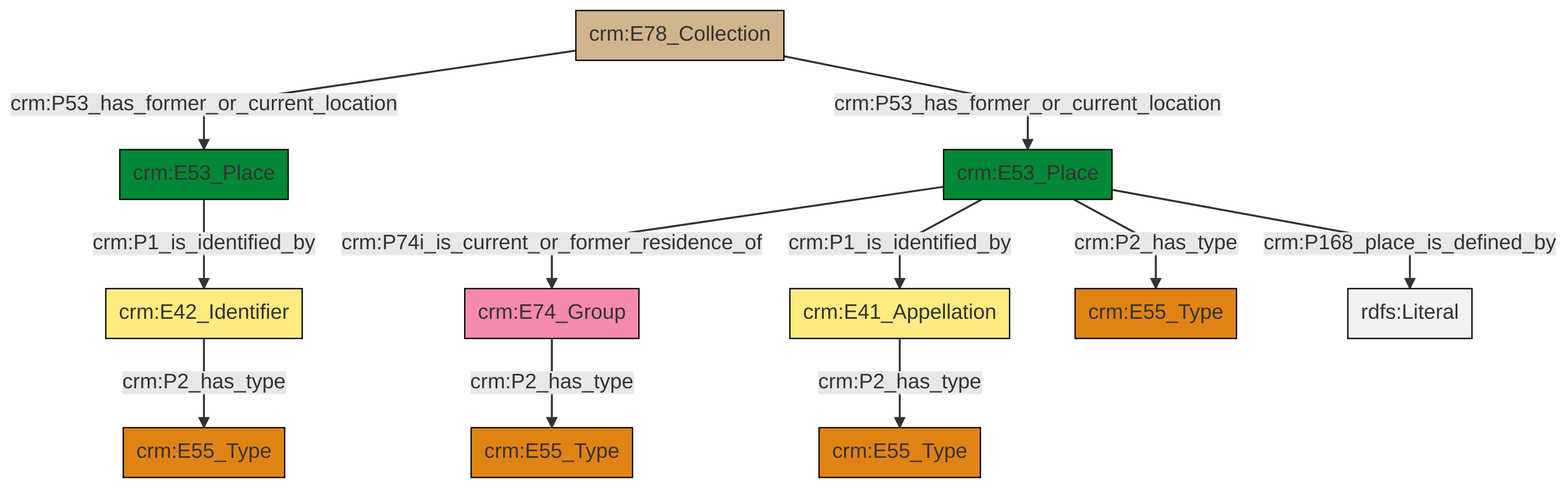
The Mermaid diagram et/archivalCSV/ttl/mmd/png/archival_location.png in swiss-art-research-net/docs.swissartresearch, before a commit. Its source is kept beside it as et/archivalCSV/ttl/mmd/archival_location.ttl.mmd.
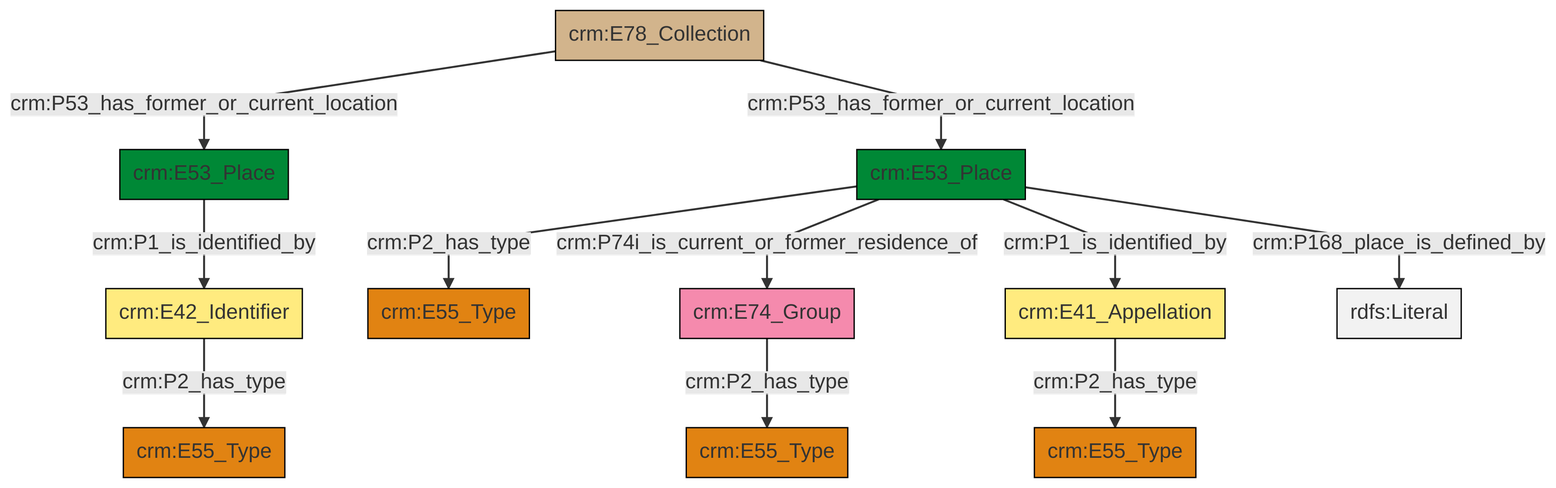
The same diagram one commit later.

What changed in the source:
```diff
@@ -13,13 +13,13 @@
 classDef PC_Classes fill:#4ce600, stroke:#000000;
 classDef Multi fill:#cccccc,stroke:#000000;
 
-7["crm:E42_Identifier"]:::Appellation -->|crm:P2_has_type| 8["crm:E55_Type"]:::Type
-12["crm:E53_Place"]:::Place -->|crm:P2_has_type| 13["crm:E55_Type"]:::Type
-12["crm:E53_Place"]:::Place -->|crm:P168_place_is_defined_by| 17[rdfs:Literal]:::Literal
-12["crm:E53_Place"]:::Place -->|crm:P74i_is_current_or_former_residence_of| 5["crm:E74_Group"]:::Actor
-14["crm:E78_Collection"]:::Physical_Thing -->|crm:P53_has_former_or_current_location| 18["crm:E53_Place"]:::Place
-0["crm:E41_Appellation"]:::Appellation -->|crm:P2_has_type| 9["crm:E55_Type"]:::Type
-14["crm:E78_Collection"]:::Physical_Thing -->|crm:P53_has_former_or_current_location| 12["crm:E53_Place"]:::Place
-12["crm:E53_Place"]:::Place -->|crm:P1_is_identified_by| 0["crm:E41_Appellation"]:::Appellation
-18["crm:E53_Place"]:::Place -->|crm:P1_is_identified_by| 7["crm:E42_Identifier"]:::Appellation
-5["crm:E74_Group"]:::Actor -->|crm:P2_has_type| 2["crm:E55_Type"]:::Type
+6["crm:E74_Group"]:::Actor -->|crm:P2_has_type| 0["crm:E55_Type"]:::Type
+7["crm:E78_Collection"]:::Physical_Thing -->|crm:P53_has_former_or_current_location| 2["crm:E53_Place"]:::Place
+15["crm:E41_Appellation"]:::Appellation -->|crm:P2_has_type| 4["crm:E55_Type"]:::Type
+2["crm:E53_Place"]:::Place -->|crm:P1_is_identified_by| 17["crm:E42_Identifier"]:::Appellation
+13["crm:E53_Place"]:::Place -->|crm:P168_place_is_defined_by| 18[rdfs:Literal]:::Literal
+13["crm:E53_Place"]:::Place -->|crm:P74i_is_current_or_former_residence_of| 6["crm:E74_Group"]:::Actor
+13["crm:E53_Place"]:::Place -->|crm:P2_has_type| 9["crm:E55_Type"]:::Type
+7["crm:E78_Collection"]:::Physical_Thing -->|crm:P53_has_former_or_current_location| 13["crm:E53_Place"]:::Place
+13["crm:E53_Place"]:::Place -->|crm:P1_is_identified_by| 15["crm:E41_Appellation"]:::Appellation
+17["crm:E42_Identifier"]:::Appellation -->|crm:P2_has_type| 11["crm:E55_Type"]:::Type
```
